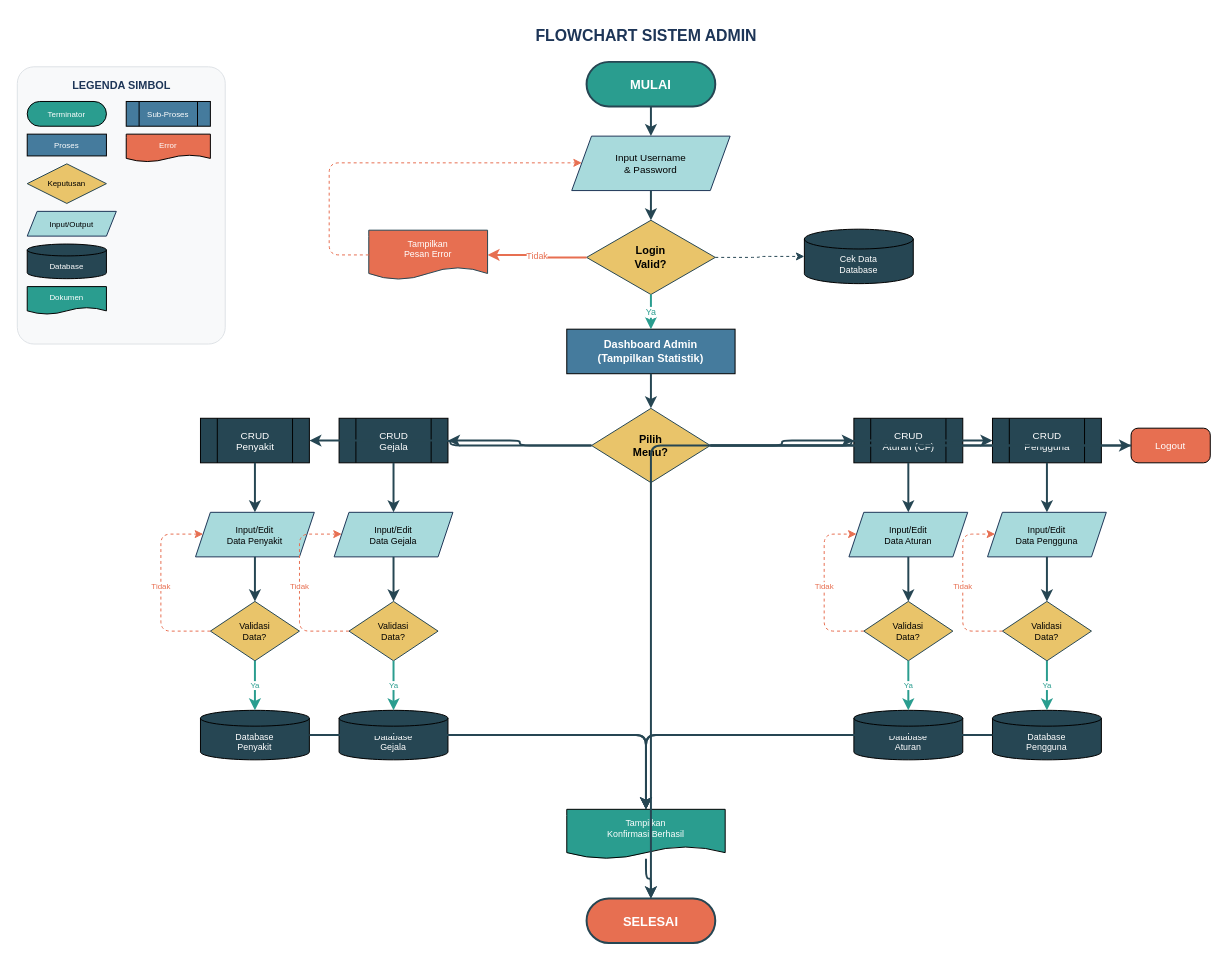
This is diagram/flowchart/02-flowchart-admin.drawio from RajaSunrise/kangkungku, a draw.io file, before an edit. Source tidied: cells renumbered, new cells numbered last; positions are measured from the earlier drawing's top-left corner, leaving out a move shared by most shapes. Both pictures are drawn from the tidied source at 99%, with x=0, y=0 at pixel (17, 17).
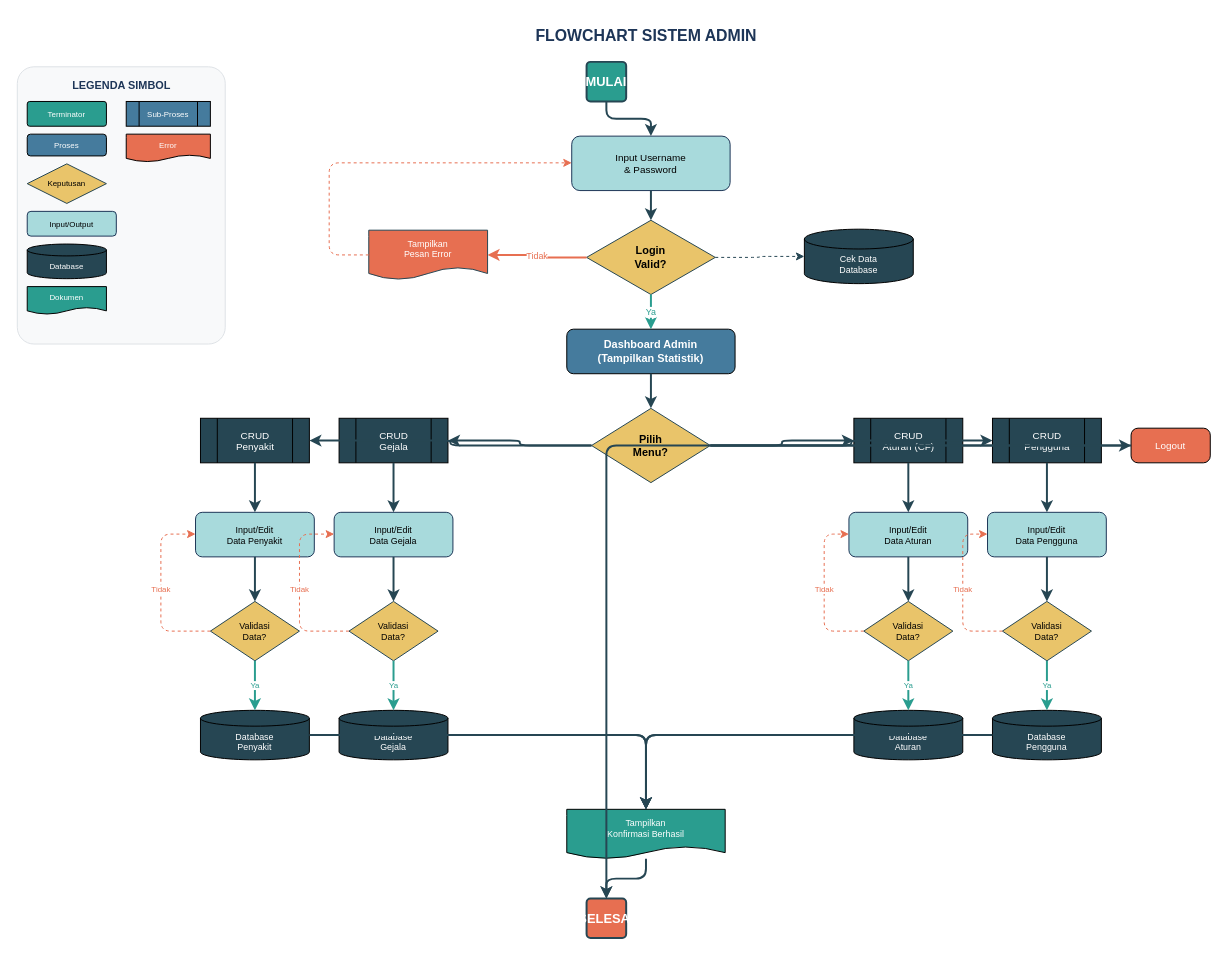
Above is the later version.

The edit, as a diff of the source:
```diff
@@
-    <mxCell id="3" value="MULAI" style="rounded=1;whiteSpace=wrap;html=1;arcSize=50;fillColor=#2A9D8F;fontColor=#FFFFFF;fontStyle=1;fontSize=13;strokeColor=#264653;strokeWidth=2;" parent="1" vertex="1">
-      <mxGeometry x="575" y="45" width="130" height="45" as="geometry" />
+    <mxCell id="3" value="MULAI" style="rounded=1;whiteSpace=wrap;html=1;arcSize=10;fillColor=#2A9D8F;fontColor=#FFFFFF;fontStyle=1;fontSize=13;strokeColor=#264653;strokeWidth=2;" parent="1" vertex="1">
+      <mxGeometry x="575" y="45" width="40" height="40" as="geometry" />
     </mxCell>
-    <mxCell id="4" value="Input Username&#10;&amp; Password" style="shape=parallelogram;perimeter=parallelogramPerimeter;whiteSpace=wrap;html=1;fixedSize=1;fillColor=#A8DADC;fontSize=10;strokeColor=#1D3557;size=20;" parent="1" vertex="1">
+    <mxCell id="4" value="Input Username&#10;&amp; Password" style="rounded=1;whiteSpace=wrap;html=1;fixedSize=1;fillColor=#A8DADC;fontSize=10;strokeColor=#1D3557;size=20;" parent="1" vertex="1">
       <mxGeometry x="560" y="120" width="160" height="55" as="geometry" />
     </mxCell>
@@
-    <mxCell id="8" value="Dashboard Admin&#10;(Tampilkan Statistik)" style="rounded=0;whiteSpace=wrap;html=1;fillColor=#457B9D;fontColor=#FFFFFF;fontSize=11;fontStyle=1;" parent="1" vertex="1">
+    <mxCell id="8" value="Dashboard Admin&#10;(Tampilkan Statistik)" style="rounded=1;whiteSpace=wrap;html=1;fillColor=#457B9D;fontColor=#FFFFFF;fontSize=11;fontStyle=1;" parent="1" vertex="1">
       <mxGeometry x="555" y="315" width="170" height="45" as="geometry" />
     </mxCell>
@@
-    <mxCell id="15" value="Input/Edit&#10;Data Penyakit" style="shape=parallelogram;perimeter=parallelogramPerimeter;whiteSpace=wrap;html=1;fixedSize=1;fillColor=#A8DADC;fontSize=9;strokeColor=#1D3557;size=15;" parent="1" vertex="1">
+    <mxCell id="15" value="Input/Edit&#10;Data Penyakit" style="rounded=1;whiteSpace=wrap;html=1;fixedSize=1;fillColor=#A8DADC;fontSize=9;strokeColor=#1D3557;size=15;" parent="1" vertex="1">
       <mxGeometry x="180" y="500" width="120" height="45" as="geometry" />
     </mxCell>
-    <mxCell id="16" value="Input/Edit&#10;Data Gejala" style="shape=parallelogram;perimeter=parallelogramPerimeter;whiteSpace=wrap;html=1;fixedSize=1;fillColor=#A8DADC;fontSize=9;strokeColor=#1D3557;size=15;" parent="1" vertex="1">
+    <mxCell id="16" value="Input/Edit&#10;Data Gejala" style="rounded=1;whiteSpace=wrap;html=1;fixedSize=1;fillColor=#A8DADC;fontSize=9;strokeColor=#1D3557;size=15;" parent="1" vertex="1">
       <mxGeometry x="320" y="500" width="120" height="45" as="geometry" />
     </mxCell>
-    <mxCell id="17" value="Input/Edit&#10;Data Aturan" style="shape=parallelogram;perimeter=parallelogramPerimeter;whiteSpace=wrap;html=1;fixedSize=1;fillColor=#A8DADC;fontSize=9;strokeColor=#1D3557;size=15;" parent="1" vertex="1">
+    <mxCell id="17" value="Input/Edit&#10;Data Aturan" style="rounded=1;whiteSpace=wrap;html=1;fixedSize=1;fillColor=#A8DADC;fontSize=9;strokeColor=#1D3557;size=15;" parent="1" vertex="1">
       <mxGeometry x="840" y="500" width="120" height="45" as="geometry" />
     </mxCell>
-    <mxCell id="18" value="Input/Edit&#10;Data Pengguna" style="shape=parallelogram;perimeter=parallelogramPerimeter;whiteSpace=wrap;html=1;fixedSize=1;fillColor=#A8DADC;fontSize=9;strokeColor=#1D3557;size=15;" parent="1" vertex="1">
+    <mxCell id="18" value="Input/Edit&#10;Data Pengguna" style="rounded=1;whiteSpace=wrap;html=1;fixedSize=1;fillColor=#A8DADC;fontSize=9;strokeColor=#1D3557;size=15;" parent="1" vertex="1">
       <mxGeometry x="980" y="500" width="120" height="45" as="geometry" />
     </mxCell>
@@
-    <mxCell id="28" value="SELESAI" style="rounded=1;whiteSpace=wrap;html=1;arcSize=50;fillColor=#E76F51;fontColor=#FFFFFF;fontStyle=1;fontSize=13;strokeColor=#264653;strokeWidth=2;" parent="1" vertex="1">
-      <mxGeometry x="575" y="890" width="130" height="45" as="geometry" />
+    <mxCell id="28" value="SELESAI" style="rounded=1;whiteSpace=wrap;html=1;arcSize=10;fillColor=#E76F51;fontColor=#FFFFFF;fontStyle=1;fontSize=13;strokeColor=#264653;strokeWidth=2;" parent="1" vertex="1">
+      <mxGeometry x="575" y="890" width="40" height="40" as="geometry" />
     </mxCell>
@@
-    <mxCell id="65" value="Terminator" style="rounded=1;whiteSpace=wrap;html=1;arcSize=50;fillColor=#2A9D8F;fontColor=#FFFFFF;fontSize=8;" parent="1" vertex="1">
+    <mxCell id="65" value="Terminator" style="rounded=1;whiteSpace=wrap;html=1;arcSize=10;fillColor=#2A9D8F;fontColor=#FFFFFF;fontSize=8;" parent="1" vertex="1">
       <mxGeometry x="10" y="85" width="80" height="25" as="geometry" />
     </mxCell>
-    <mxCell id="66" value="Proses" style="rounded=0;whiteSpace=wrap;html=1;fillColor=#457B9D;fontColor=#FFFFFF;fontSize=8;" parent="1" vertex="1">
+    <mxCell id="66" value="Proses" style="rounded=1;whiteSpace=wrap;html=1;fillColor=#457B9D;fontColor=#FFFFFF;fontSize=8;" parent="1" vertex="1">
       <mxGeometry x="10" y="118" width="80" height="22" as="geometry" />
     </mxCell>
@@
-    <mxCell id="68" value="Input/Output" style="shape=parallelogram;perimeter=parallelogramPerimeter;whiteSpace=wrap;html=1;fixedSize=1;fillColor=#A8DADC;fontSize=8;strokeColor=#1D3557;size=10;" parent="1" vertex="1">
+    <mxCell id="68" value="Input/Output" style="rounded=1;whiteSpace=wrap;html=1;fixedSize=1;fillColor=#A8DADC;fontSize=8;strokeColor=#1D3557;size=10;" parent="1" vertex="1">
       <mxGeometry x="10" y="196" width="90" height="25" as="geometry" />
     </mxCell>
```
